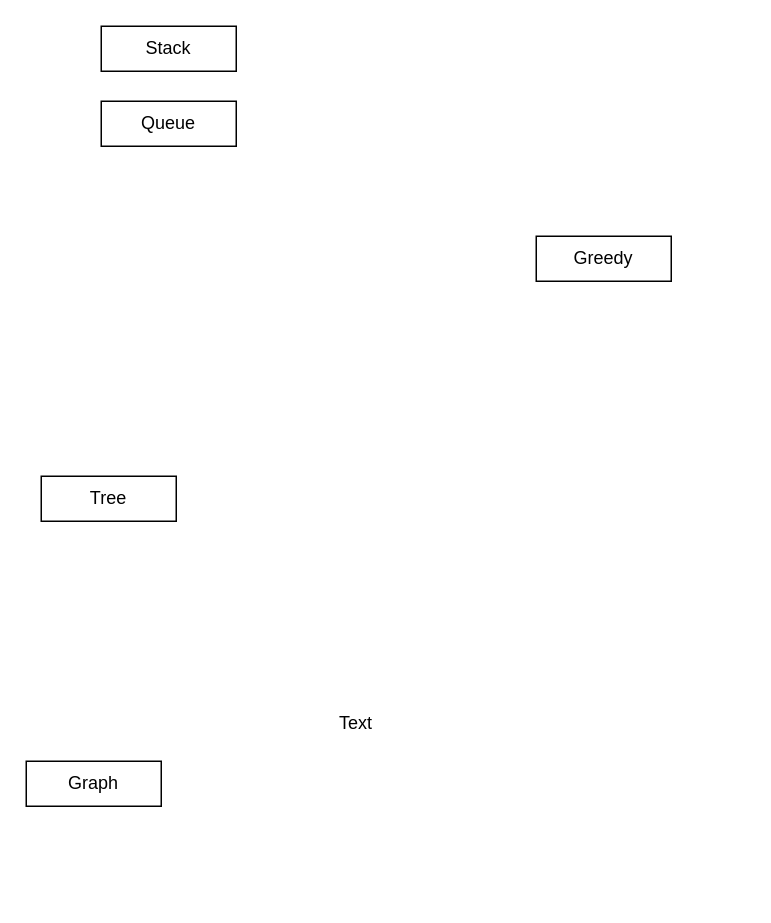
This is DAA.drawio from haoboliu66/Diagram, a draw.io file, before an edit. Source tidied: cells renumbered, new cells numbered last; positions are measured from the earlier drawing's top-left corner, leaving out a move shared by most shapes. Both pictures are drawn from the tidied source at 150%, with x=0, y=0 at pixel (26, 26).
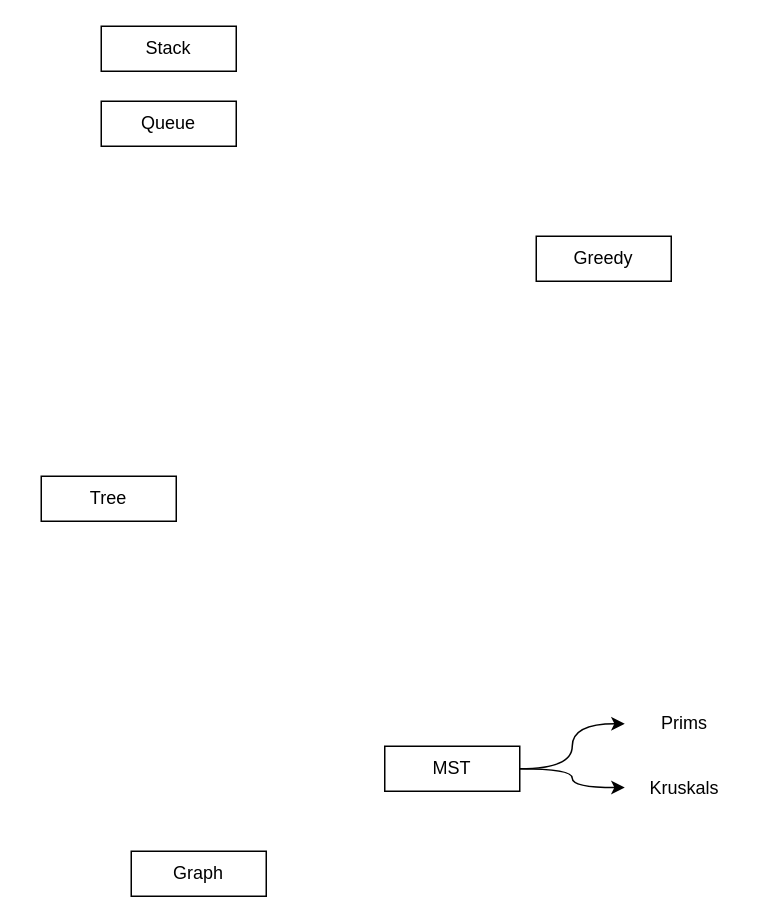
Above is the later version.

Change to the diagram source:
```diff
@@
 <mxGraphModel>
   <root>
     <mxCell id="0" />
     <mxCell id="1" parent="0" />
     <mxCell id="2" value="Graph" style="rounded=0;whiteSpace=wrap;html=1;" parent="1" vertex="1">
-      <mxGeometry y="490" width="90" height="30" as="geometry" />
+      <mxGeometry x="70" y="550" width="90" height="30" as="geometry" />
     </mxCell>
-    <mxCell id="3" value="Text" style="text;html=1;align=center;verticalAlign=middle;whiteSpace=wrap;rounded=0;" parent="1" vertex="1">
-      <mxGeometry x="190" y="450" width="60" height="30" as="geometry" />
+    <mxCell id="3" value="Prims" style="text;html=1;align=center;verticalAlign=middle;whiteSpace=wrap;rounded=0;" parent="1" vertex="1">
+      <mxGeometry x="399" y="450" width="80" height="30" as="geometry" />
     </mxCell>
     <mxCell id="4" value="Stack" style="rounded=0;whiteSpace=wrap;html=1;" parent="1" vertex="1">
       <mxGeometry x="50" width="90" height="30" as="geometry" />
     </mxCell>
     <mxCell id="5" value="Queue" style="rounded=0;whiteSpace=wrap;html=1;" parent="1" vertex="1">
       <mxGeometry x="50" y="50" width="90" height="30" as="geometry" />
     </mxCell>
     <mxCell id="6" value="Tree" style="rounded=0;whiteSpace=wrap;html=1;" parent="1" vertex="1">
       <mxGeometry x="10" y="300" width="90" height="30" as="geometry" />
     </mxCell>
     <mxCell id="7" value="Greedy" style="rounded=0;whiteSpace=wrap;html=1;" parent="1" vertex="1">
       <mxGeometry x="340" y="140" width="90" height="30" as="geometry" />
     </mxCell>
+    <mxCell id="8" value="Kruskals" style="text;html=1;align=center;verticalAlign=middle;whiteSpace=wrap;rounded=0;" parent="1" vertex="1">
+      <mxGeometry x="399" y="495" width="80" height="25" as="geometry" />
+    </mxCell>
+    <mxCell id="9" style="edgeStyle=orthogonalEdgeStyle;rounded=0;jettySize=auto;html=1;curved=1;" parent="1" edge="1" source="11" target="3">
+      <mxGeometry relative="1" as="geometry" />
+    </mxCell>
+    <mxCell id="10" style="edgeStyle=orthogonalEdgeStyle;shape=connector;curved=1;rounded=0;jettySize=auto;html=1;strokeColor=default;align=center;verticalAlign=middle;fontFamily=Helvetica;fontSize=11;fontColor=default;labelBackgroundColor=default;endArrow=classic;" parent="1" edge="1" source="11" target="8">
+      <mxGeometry relative="1" as="geometry" />
+    </mxCell>
+    <mxCell id="11" value="MST" style="rounded=0;whiteSpace=wrap;html=1;" parent="1" vertex="1">
+      <mxGeometry x="239" y="480" width="90" height="30" as="geometry" />
+    </mxCell>
   </root>
 </mxGraphModel>
```
